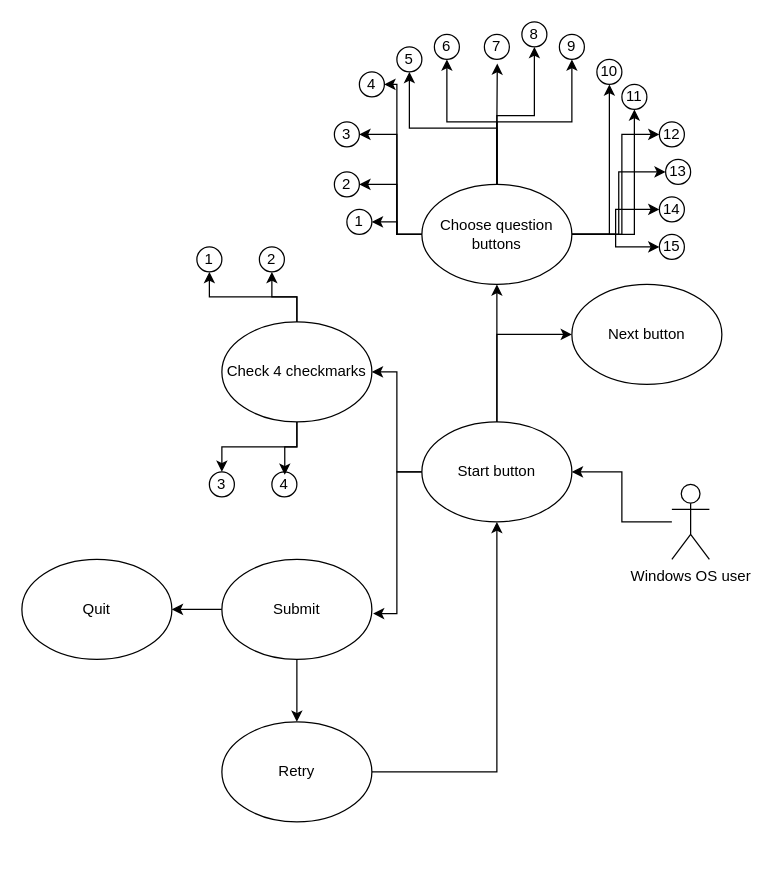
The draw.io diagram Assets/UML/UseCaseUML.drawio in Mirflin/Titovs_examTest_29, before the edit. Source tidied: cells renumbered, new cells numbered last; positions are measured from the earlier drawing's top-left corner, leaving out a move shared by most shapes. Both pictures are drawn from the tidied source at 125%, with x=0, y=0 at pixel (21, 21).
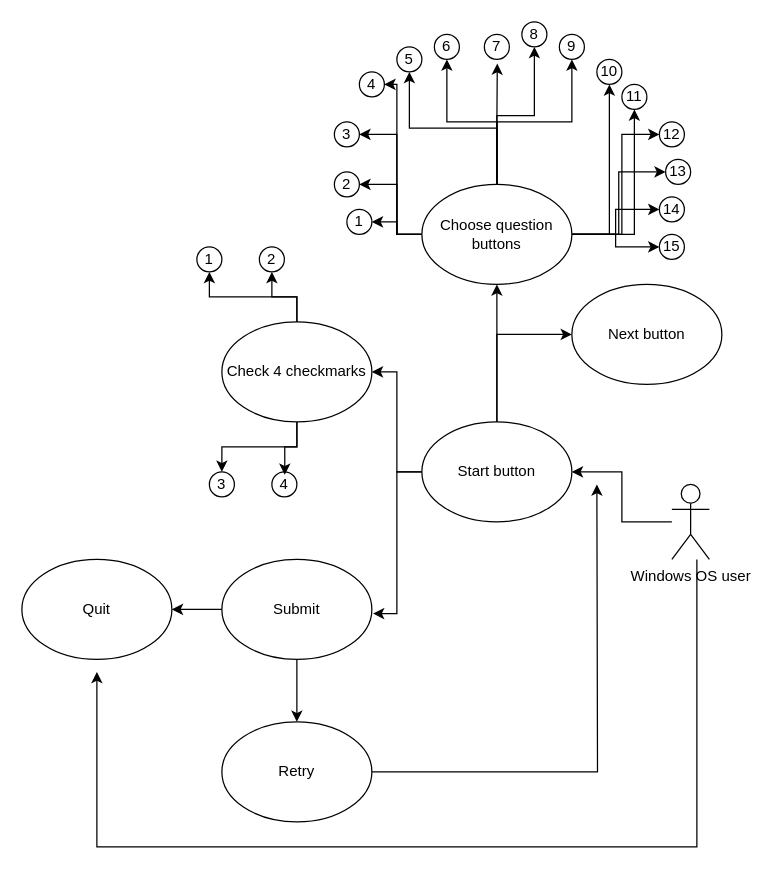
The same diagram, later.

The change refers to these unchanged cells:
```xml
<mxCell id="7" value="Start button" style="ellipse;whiteSpace=wrap;html=1;" parent="1" vertex="1">
  <mxGeometry x="320" y="320" width="120" height="80" as="geometry" />
</mxCell>
<mxCell id="54" value="Retry" style="ellipse;whiteSpace=wrap;html=1;" parent="1" vertex="1">
  <mxGeometry x="160" y="560" width="120" height="80" as="geometry" />
</mxCell>
```

The edit, as a diff of the source:
```diff
@@
+    <mxCell id="56" style="edgeStyle=elbowEdgeStyle;rounded=0;orthogonalLoop=1;jettySize=auto;html=1;elbow=vertical;" parent="1" edge="1">
+      <mxGeometry relative="1" as="geometry">
+        <mxPoint x="540" y="430" as="sourcePoint" />
+        <mxPoint x="60" y="520" as="targetPoint" />
+        <Array as="points">
+          <mxPoint x="300" y="660" />
+        </Array>
+      </mxGeometry>
+    </mxCell>
@@
-    <mxCell id="53" style="edgeStyle=orthogonalEdgeStyle;rounded=0;jettySize=auto;html=1;entryX=0.5;entryY=1;entryDx=0;entryDy=0;" parent="1" edge="1" source="54" target="7">
-      <mxGeometry relative="1" as="geometry" />
+    <mxCell id="53" style="edgeStyle=orthogonalEdgeStyle;rounded=0;jettySize=auto;html=1;" parent="1" edge="1" source="54">
+      <mxGeometry relative="1" as="geometry">
+        <mxPoint x="460" y="370" as="targetPoint" />
+      </mxGeometry>
     </mxCell>
```
